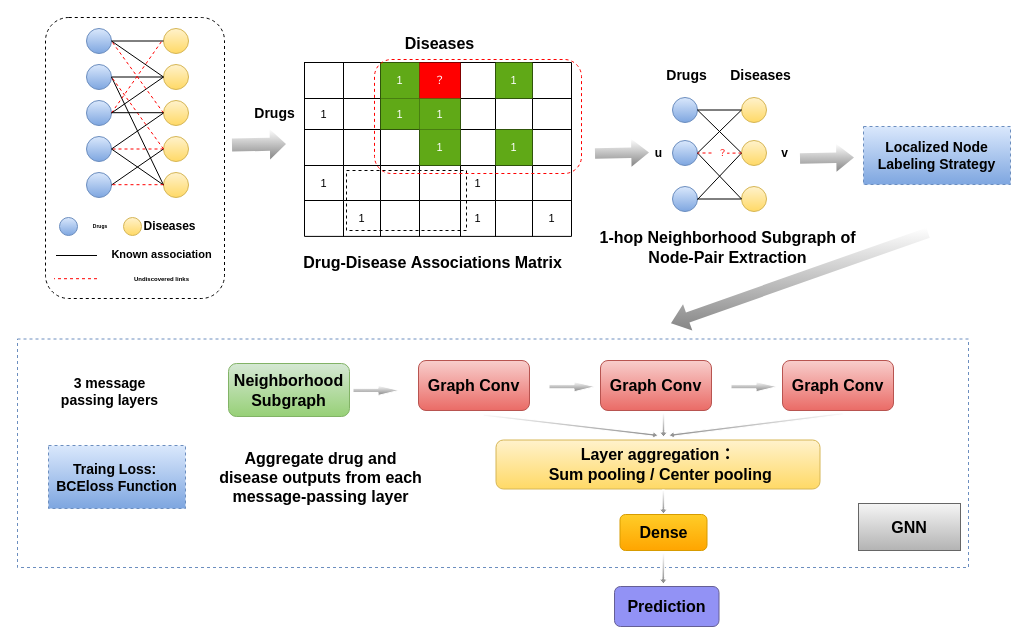
Above: page "Page-1" (1 of 3) of 未命名绘图.drawio in nanfengk/hello-world (draw.io), before the change. Source tidied: cells renumbered, new cells numbered last; positions are measured from the earlier drawing's top-left corner, leaving out a move shared by most shapes. Both pictures are drawn from the tidied source at 100%, with x=0, y=0 at pixel (17, 17).
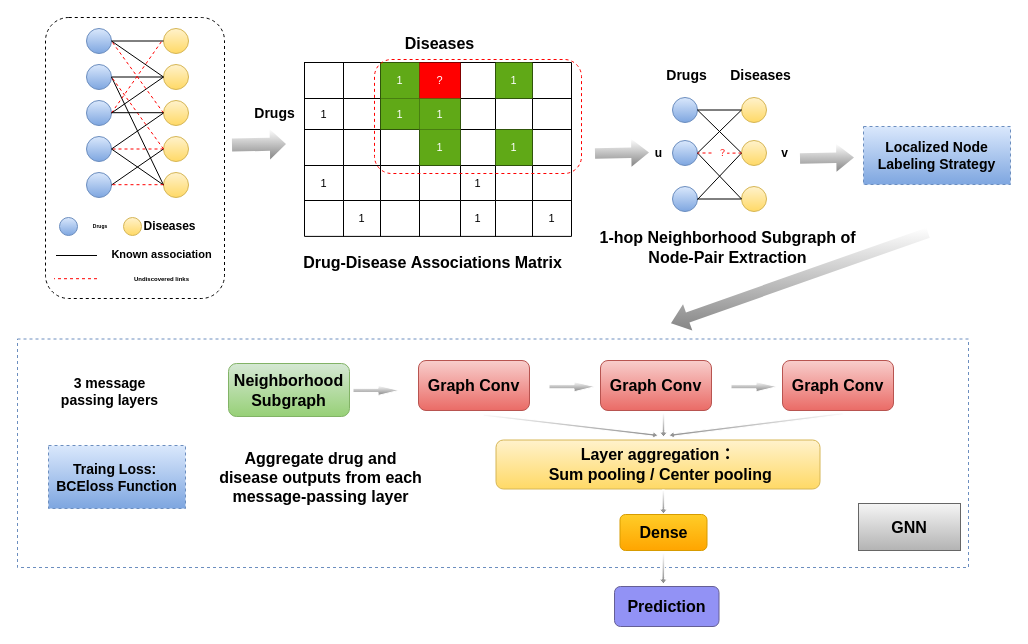
The same diagram, later.

Commit message:
更新未命名绘图.drawio

Unchanged cells that the change refers to:
```xml
<mxCell id="38" style="shape=tableRow;horizontal=0;startSize=0;swimlaneHead=0;swimlaneBody=0;top=0;left=0;bottom=0;right=0;fillColor=none;rounded=0;shadow=0;sketch=0;fontSize=11;strokeWidth=1;strokeColor=#000000;" parent="37" vertex="1">
  <mxGeometry width="267" height="36" as="geometry" />
</mxCell>
<mxCell id="107" style="rounded=0;whiteSpace=wrap;html=1;shadow=0;dashed=1;sketch=0;fontSize=9;strokeColor=#6c8ebf;strokeWidth=1;fillColor=none;gradientColor=#7ea6e0;" parent="1" vertex="1">
  <mxGeometry y="321.5" width="951" height="228.5" as="geometry" />
</mxCell>
```

Change to the diagram source:
```diff
@@
-    <mxCell id="36" style="shape=partialRectangle;html=1;whiteSpace=wrap;fillColor=none;top=0;left=0;bottom=0;right=0;overflow=hidden;rounded=0;sketch=0;fontSize=11;strokeWidth=1;" parent="1" vertex="1">
-      <mxGeometry x="352" y="196" width="60" height="40" as="geometry" />
-    </mxCell>
@@
-    <mxCell id="42" value="？" style="shape=partialRectangle;html=1;whiteSpace=wrap;overflow=hidden;fillColor=#FF0000;top=0;left=0;bottom=0;right=0;rounded=0;shadow=0;sketch=0;fontSize=11;strokeWidth=1;strokeColor=#2D7600;fontColor=#ffffff;" parent="38" vertex="1">
+    <mxCell id="42" value="?" style="shape=partialRectangle;html=1;whiteSpace=wrap;overflow=hidden;fillColor=#FF0000;top=0;left=0;bottom=0;right=0;rounded=0;shadow=0;sketch=0;fontSize=11;strokeWidth=1;strokeColor=#2D7600;fontColor=#ffffff;" parent="38" vertex="1">
       <mxGeometry x="115" width="41" height="36" as="geometry" />
     </mxCell>
@@
-    <mxCell id="106" style="rounded=0;whiteSpace=wrap;html=1;shadow=0;dashed=1;sketch=0;fontSize=9;fontColor=#000000;strokeColor=#000000;strokeWidth=1;fillColor=none;gradientColor=none;" parent="1" vertex="1">
-      <mxGeometry x="329" y="153" width="120" height="60" as="geometry" />
-    </mxCell>
@@
-    <mxCell id="116" style="endArrow=classic;html=1;rounded=1;labelBackgroundColor=none;sketch=0;fontSize=9;fontColor=#000000;strokeColor=#FFFFFF;strokeWidth=1;fillColor=#858585;gradientColor=#ffffff;gradientDirection=north;curved=0;" parent="1" edge="1" source="107" target="107">
-      <mxGeometry relative="1" as="geometry" />
-    </mxCell>
```
